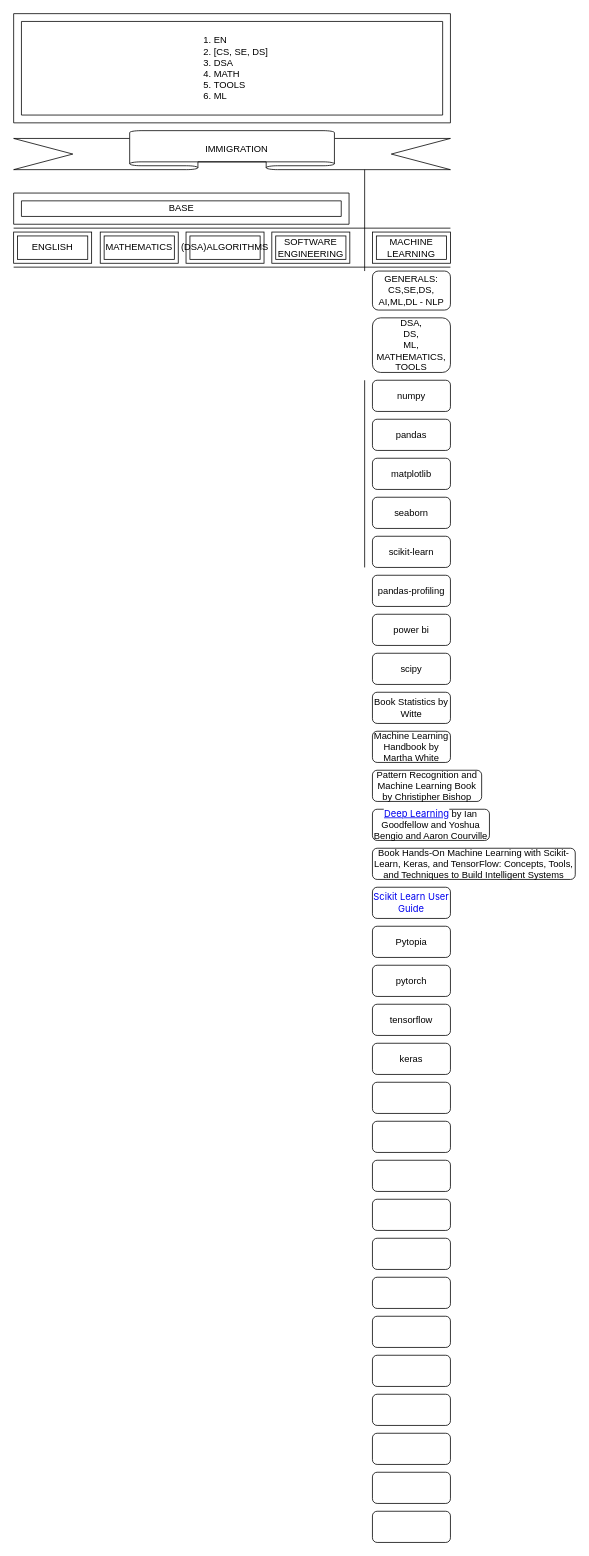
Before: Specific-RoadMap/draw/Untitled Diagram.drawio in amir4v/dev, a draw.io diagram. Source tidied: cells renumbered, new cells numbered last; positions are measured from the earlier drawing's top-left corner, leaving out a move shared by most shapes. Both pictures are drawn from the tidied source at 78%, with x=0, y=0 at pixel (13, 13).
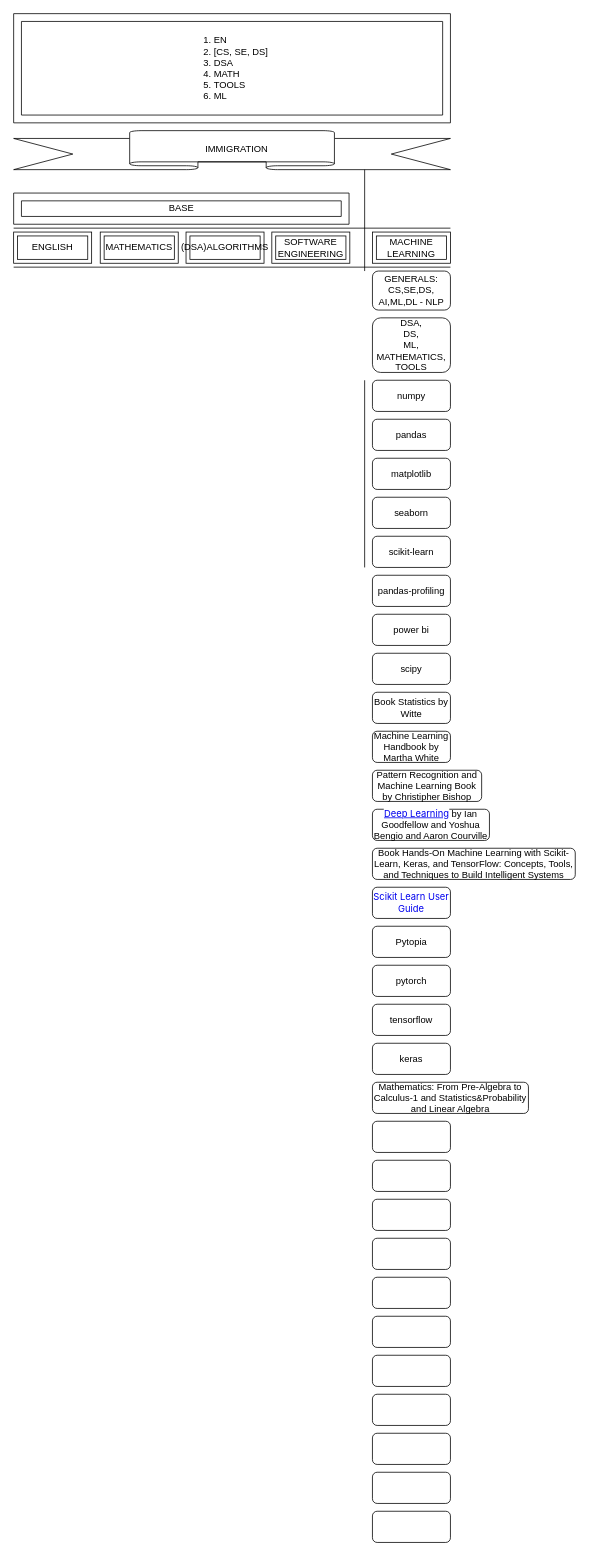
After the change.

Diff of the diagram source:
```diff
@@
-    <mxCell id="33" style="rounded=1;whiteSpace=wrap;html=1;" parent="1" vertex="1">
-      <mxGeometry x="460" y="1370" width="100" height="40" as="geometry" />
+    <mxCell id="33" value="Mathematics: From Pre-Algebra to Calculus-1 and Statistics&amp;amp;Probability and Linear Algebra" style="rounded=1;whiteSpace=wrap;html=1;" parent="1" vertex="1">
+      <mxGeometry x="460" y="1370" width="200" height="40" as="geometry" />
     </mxCell>
```
